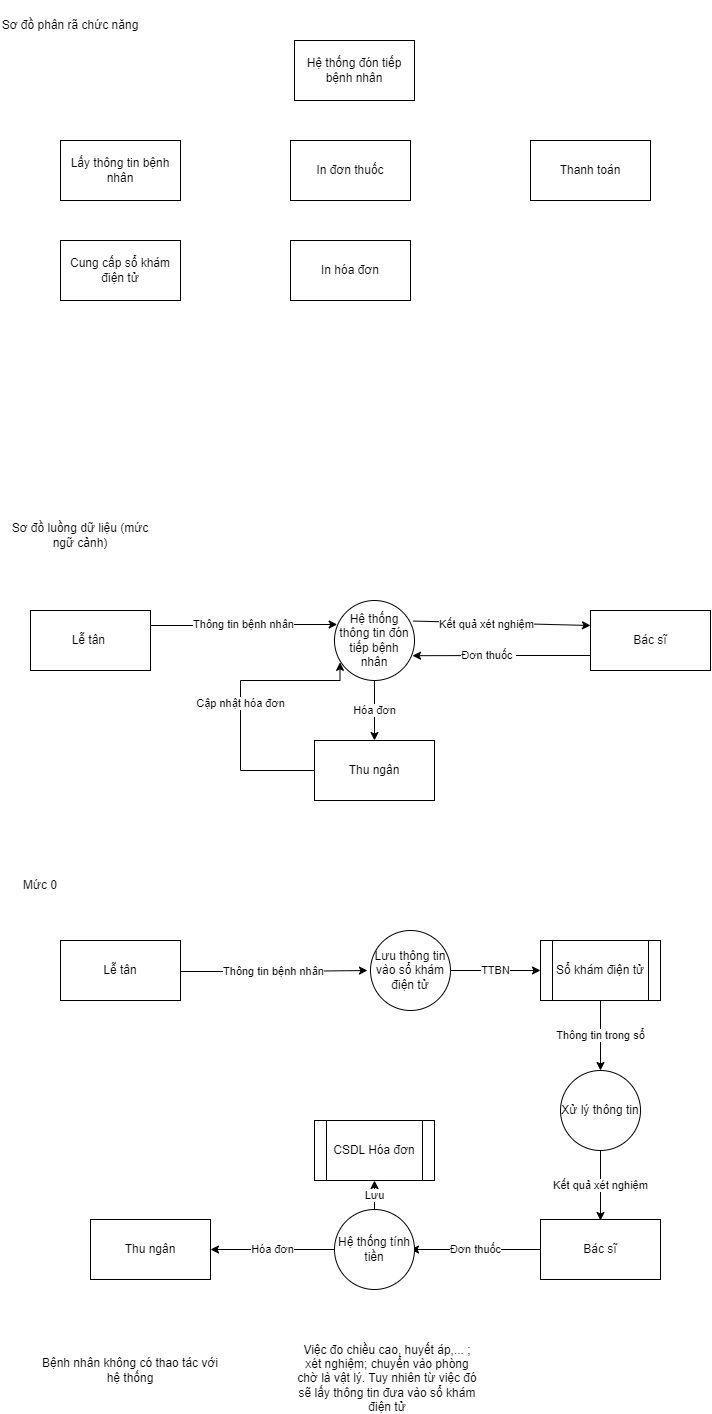
Earlier version of the draw.io export DFD4.png (InfiniteByte1811/branch1). Source tidied: cells renumbered, new cells last; positions are measured from the earlier drawing's top-left corner, leaving out a move shared by most shapes.
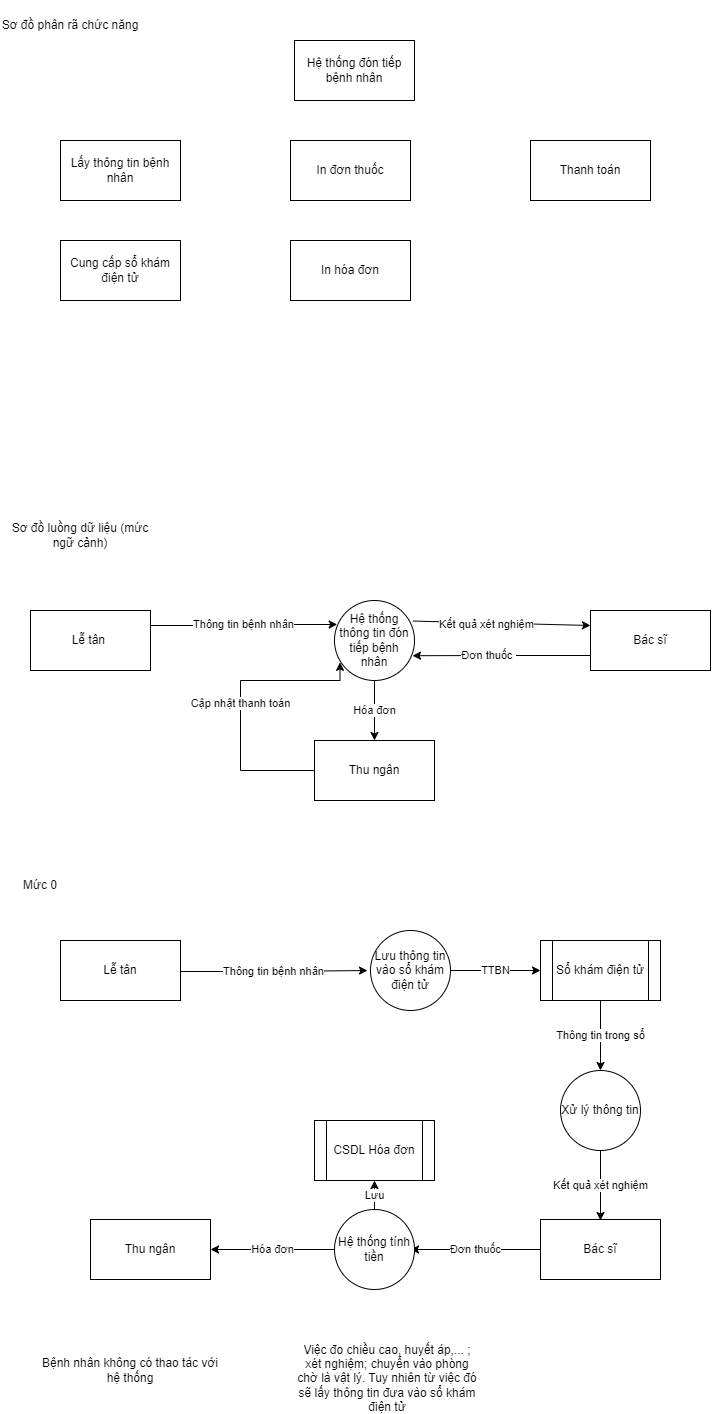
Later version of the same file.

Commit message:
Cập nhật DFD4.png

What changed in the source:
```diff
@@ -53,7 +53,7 @@
     <mxCell id="18" value="Cung cấp sổ khám điện tử" style="rounded=0;whiteSpace=wrap;html=1;" parent="1" vertex="1">
       <mxGeometry x="60" y="240" width="120" height="60" as="geometry" />
     </mxCell>
-    <mxCell id="19" value="Cập nhật hóa đơn" style="edgeStyle=orthogonalEdgeStyle;rounded=0;jettySize=auto;html=1;entryX=0.069;entryY=0.773;entryDx=0;entryDy=0;entryPerimeter=0;" parent="1" edge="1" source="20" target="10">
+    <mxCell id="19" value="Cập nhật thanh toán" style="edgeStyle=orthogonalEdgeStyle;rounded=0;jettySize=auto;html=1;entryX=0.069;entryY=0.773;entryDx=0;entryDy=0;entryPerimeter=0;" parent="1" edge="1" source="20" target="10">
       <mxGeometry relative="1" as="geometry">
         <Array as="points">
           <mxPoint x="240" y="770" />
```
